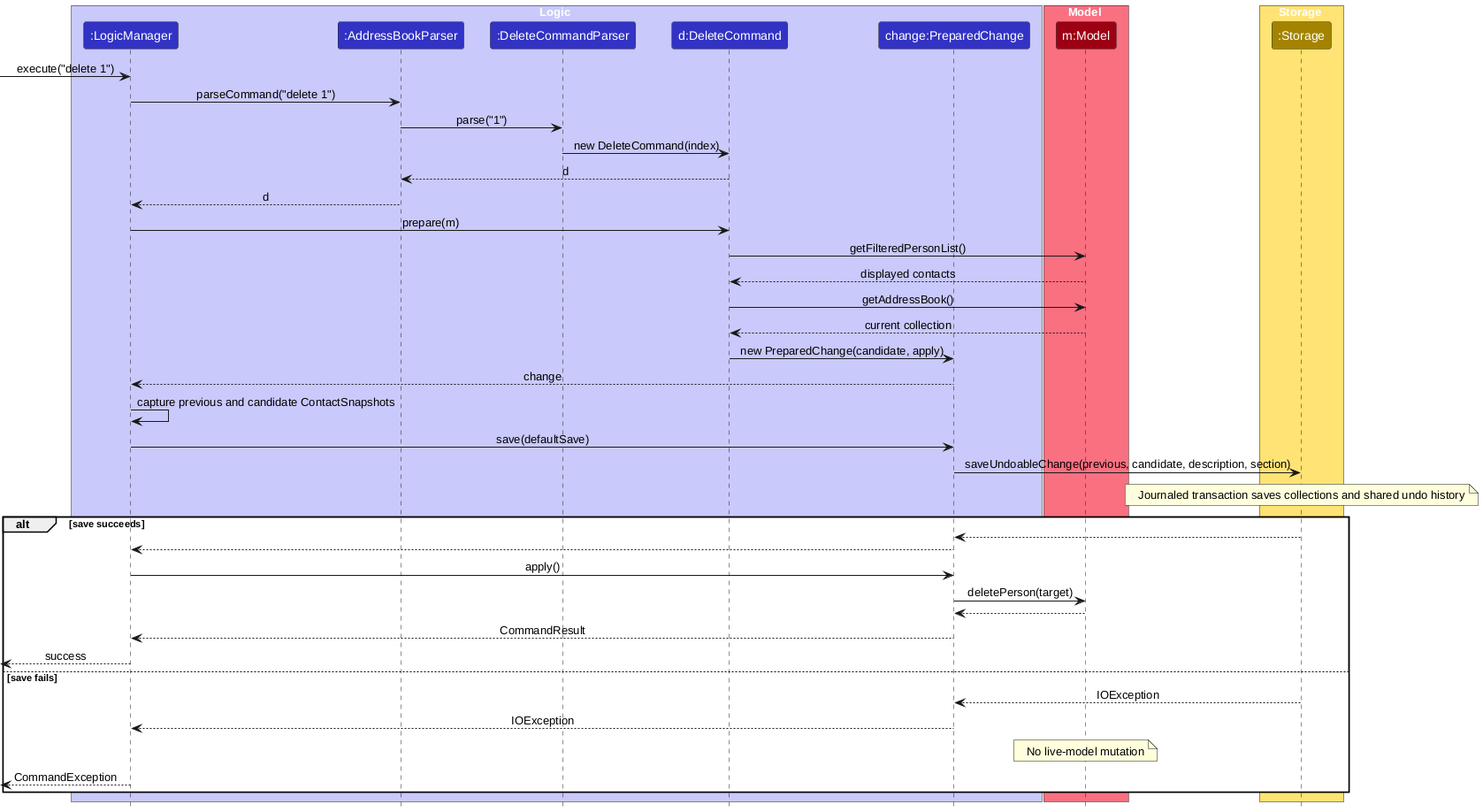
AY2627S1-CS2103T-W11-3/tp keeps this PlantUML diagram as docs/images/DeleteSequenceDiagram.png. Above is the earlier version.
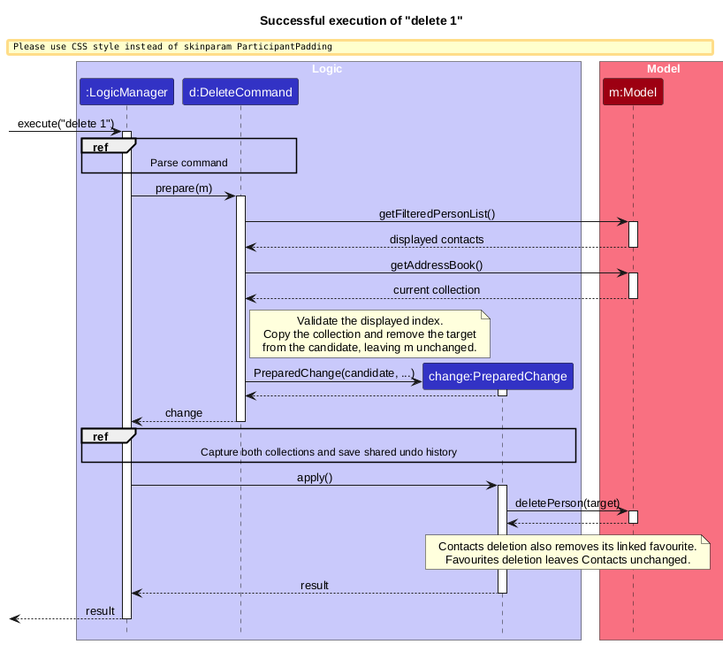
The same file after the commit.

Commit message:
Regenerate diagram images and fix guide references

Diff of the diagram source:
```diff
@@ -2,49 +2,66 @@
 !include style.puml
 skinparam ArrowFontStyle plain
 
+title Successful execution of "delete 1"
+
 box Logic LOGIC_COLOR_T1
 participant ":LogicManager" as LogicManager LOGIC_COLOR
-participant ":AddressBookParser" as AddressBookParser LOGIC_COLOR
-participant ":DeleteCommandParser" as DeleteCommandParser LOGIC_COLOR
 participant "d:DeleteCommand" as DeleteCommand LOGIC_COLOR
 participant "change:PreparedChange" as PreparedChange LOGIC_COLOR
 end box
 box Model MODEL_COLOR_T1
 participant "m:Model" as Model MODEL_COLOR
 end box
-box Storage STORAGE_COLOR_T1
-participant ":Storage" as Storage STORAGE_COLOR
-end box
 
 [-> LogicManager : execute("delete 1")
-LogicManager -> AddressBookParser : parseCommand("delete 1")
-AddressBookParser -> DeleteCommandParser : parse("1")
-DeleteCommandParser -> DeleteCommand : new DeleteCommand(index)
-DeleteCommand --> AddressBookParser : d
-AddressBookParser --> LogicManager : d
+activate LogicManager
+
+ref over LogicManager, DeleteCommand
+Parse command
+end ref
+
 LogicManager -> DeleteCommand : prepare(m)
+activate DeleteCommand
 DeleteCommand -> Model : getFilteredPersonList()
+activate Model
 Model --> DeleteCommand : displayed contacts
+deactivate Model
 DeleteCommand -> Model : getAddressBook()
+activate Model
 Model --> DeleteCommand : current collection
-DeleteCommand -> PreparedChange : new PreparedChange(candidate, apply)
-PreparedChange --> LogicManager : change
-LogicManager -> LogicManager : capture previous and candidate ContactSnapshots
-LogicManager -> PreparedChange : save(defaultSave)
-PreparedChange -> Storage : saveUndoableChange(previous, candidate, description, section)
-note over Storage : Journaled transaction saves collections and shared undo history
-alt save succeeds
-    Storage --> PreparedChange
-    PreparedChange --> LogicManager
-    LogicManager -> PreparedChange : apply()
-    PreparedChange -> Model : deletePerson(target)
-    Model --> PreparedChange
-    PreparedChange --> LogicManager : CommandResult
-    [<-- LogicManager : success
-else save fails
-    Storage --> PreparedChange : IOException
-    PreparedChange --> LogicManager : IOException
-    note over Model : No live-model mutation
-    [<-- LogicManager : CommandException
-end
+deactivate Model
+
+note right of DeleteCommand
+Validate the displayed index.
+Copy the collection and remove the target
+from the candidate, leaving m unchanged.
+end note
+
+create PreparedChange
+DeleteCommand -> PreparedChange : PreparedChange(candidate, ...)
+activate PreparedChange
+PreparedChange --> DeleteCommand
+deactivate PreparedChange
+DeleteCommand --> LogicManager : change
+deactivate DeleteCommand
+
+ref over LogicManager, PreparedChange
+Capture both collections and save shared undo history
+end ref
+
+LogicManager -> PreparedChange : apply()
+activate PreparedChange
+PreparedChange -> Model : deletePerson(target)
+activate Model
+Model --> PreparedChange
+deactivate Model
+note over PreparedChange, Model
+Contacts deletion also removes its linked favourite.
+Favourites deletion leaves Contacts unchanged.
+end note
+PreparedChange --> LogicManager : result
+deactivate PreparedChange
+
+[<--LogicManager : result
+deactivate LogicManager
 @enduml
```
